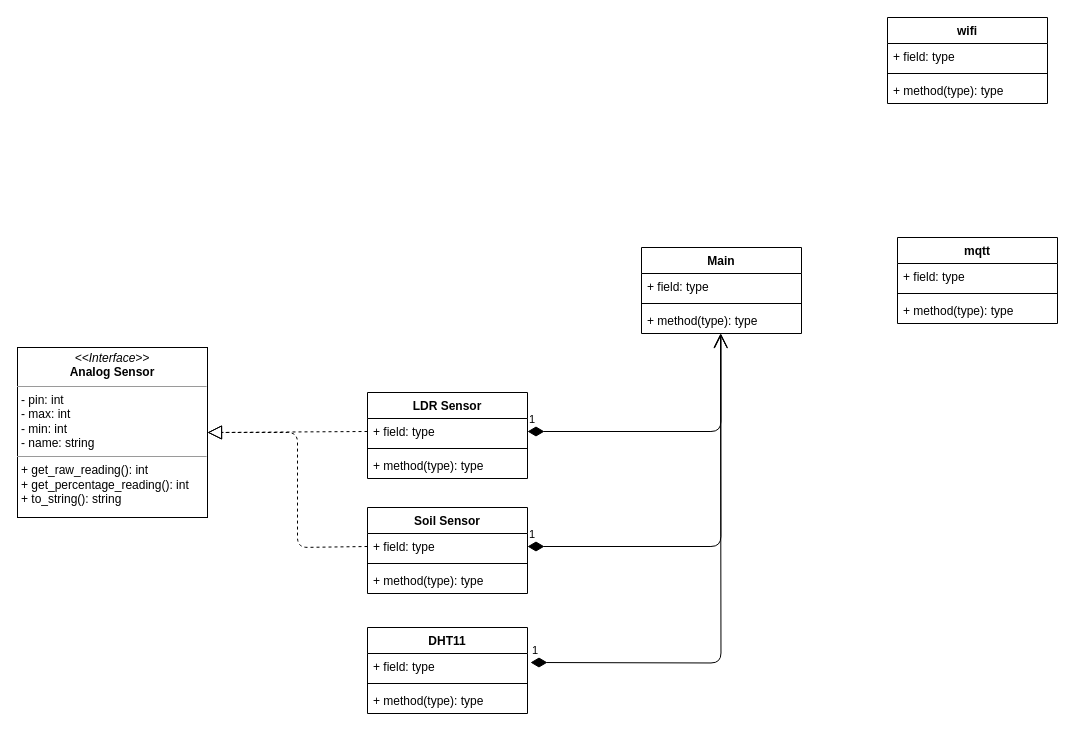
Earlier version of the draw.io diagram Assets/class_diagram.drawio (alrapal/Greeny). Source tidied: cells renumbered, new cells numbered last; positions are measured from the earlier drawing's top-left corner, leaving out a move shared by most shapes. Both pictures are drawn from the tidied source at 100%, with x=0, y=0 at pixel (17, 17).
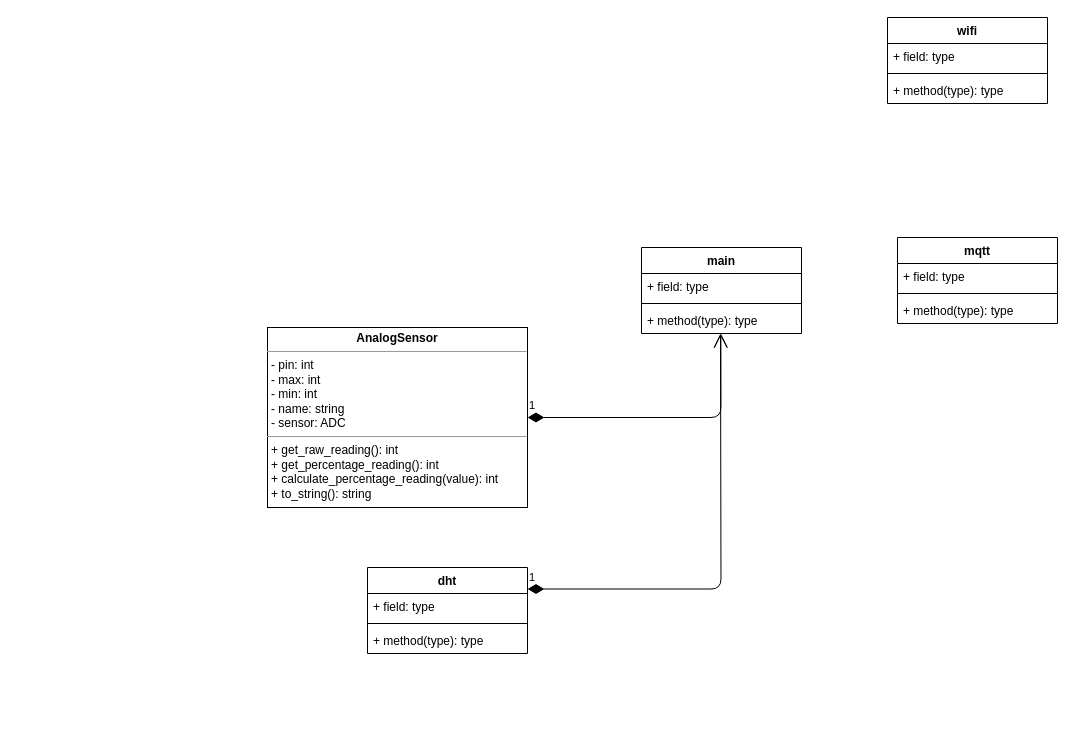
Above is the later version.

Commit message:
Updated class diagram with new AnalogSensor class

Unchanged cells that the change refers to:
```xml
<mxCell id="5" value="+ method(type): type" style="text;strokeColor=none;fillColor=none;align=left;verticalAlign=top;spacingLeft=4;spacingRight=4;overflow=hidden;points=[[0,0.5],[1,0.5]];portConstraint=eastwest;" parent="2" vertex="1">
  <mxGeometry y="60" width="160" height="26" as="geometry" />
</mxCell>
```

Change to the diagram source:
```diff
@@
-    <mxCell id="2" value="Main" style="swimlane;fontStyle=1;align=center;verticalAlign=top;horizontal=1;startSize=26;" parent="1" vertex="1">
+    <mxCell id="2" value="main" style="swimlane;fontStyle=1;align=center;verticalAlign=top;horizontal=1;startSize=26;" parent="1" vertex="1">
       <mxGeometry x="624" y="230" width="160" height="86" as="geometry" />
     </mxCell>
@@
-    <mxCell id="6" value="LDR Sensor" style="swimlane;fontStyle=1;align=center;verticalAlign=top;horizontal=1;startSize=26;" parent="1" vertex="1">
-      <mxGeometry x="350" y="375" width="160" height="86" as="geometry" />
-    </mxCell>
-    <mxCell id="7" value="+ field: type" style="text;strokeColor=none;fillColor=none;align=left;verticalAlign=top;spacingLeft=4;spacingRight=4;overflow=hidden;points=[[0,0.5],[1,0.5]];portConstraint=eastwest;" parent="6" vertex="1">
-      <mxGeometry y="26" width="160" height="26" as="geometry" />
-    </mxCell>
-    <mxCell id="8" style="line;strokeWidth=1;fillColor=none;align=left;verticalAlign=middle;spacingTop=-1;spacingLeft=3;spacingRight=3;labelPosition=right;strokeColor=inherit;" parent="6" vertex="1">
-      <mxGeometry y="52" width="160" height="8" as="geometry" />
-    </mxCell>
-    <mxCell id="9" value="+ method(type): type" style="text;strokeColor=none;fillColor=none;align=left;verticalAlign=top;spacingLeft=4;spacingRight=4;overflow=hidden;" parent="6" vertex="1">
-      <mxGeometry y="60" width="160" height="26" as="geometry" />
-    </mxCell>
@@
-    <mxCell id="18" value="1" style="endArrow=open;html=1;endSize=12;startArrow=diamondThin;startSize=14;startFill=1;edgeStyle=orthogonalEdgeStyle;align=left;verticalAlign=bottom;exitX=1;exitY=0.5;exitDx=0;exitDy=0;entryX=0.496;entryY=1;entryDx=0;entryDy=0;entryPerimeter=0;" parent="1" edge="1" source="7" target="5">
+    <mxCell id="18" value="1" style="endArrow=open;html=1;endSize=12;startArrow=diamondThin;startSize=14;startFill=1;edgeStyle=orthogonalEdgeStyle;align=left;verticalAlign=bottom;exitX=1;exitY=0.5;exitDx=0;exitDy=0;entryX=0.496;entryY=1;entryDx=0;entryDy=0;entryPerimeter=0;" parent="1" edge="1" source="19" target="5">
       <mxGeometry x="-1" y="3" relative="1" as="geometry" />
     </mxCell>
-    <mxCell id="19" value="&lt;p style=&quot;margin:0px;margin-top:4px;text-align:center;&quot;&gt;&lt;i&gt;&amp;lt;&amp;lt;Interface&amp;gt;&amp;gt;&lt;/i&gt;&lt;br&gt;&lt;b&gt;Analog Sensor&lt;/b&gt;&lt;/p&gt;&lt;hr size=&quot;1&quot;&gt;&lt;p style=&quot;margin:0px;margin-left:4px;&quot;&gt;- pin: int&lt;br&gt;- max: int&lt;/p&gt;&lt;p style=&quot;margin:0px;margin-left:4px;&quot;&gt;- min: int&lt;/p&gt;&lt;p style=&quot;margin:0px;margin-left:4px;&quot;&gt;- name: string&lt;/p&gt;&lt;hr size=&quot;1&quot;&gt;&lt;p style=&quot;margin:0px;margin-left:4px;&quot;&gt;+ get_raw_reading(): int&lt;br&gt;+ get_percentage_reading(): int&lt;/p&gt;&lt;p style=&quot;margin:0px;margin-left:4px;&quot;&gt;+ to_string(): string&lt;/p&gt;&lt;p style=&quot;margin:0px;margin-left:4px;&quot;&gt;&amp;nbsp;&lt;/p&gt;" style="verticalAlign=top;align=left;overflow=fill;fontSize=12;fontFamily=Helvetica;html=1;" parent="1" vertex="1">
-      <mxGeometry y="330" width="190" height="170" as="geometry" />
+    <mxCell id="19" value="&lt;p style=&quot;margin:0px;margin-top:4px;text-align:center;&quot;&gt;&lt;b&gt;AnalogSensor&lt;/b&gt;&lt;/p&gt;&lt;hr size=&quot;1&quot;&gt;&lt;p style=&quot;margin:0px;margin-left:4px;&quot;&gt;- pin: int&lt;br&gt;- max: int&lt;/p&gt;&lt;p style=&quot;margin:0px;margin-left:4px;&quot;&gt;- min: int&lt;/p&gt;&lt;p style=&quot;margin:0px;margin-left:4px;&quot;&gt;- name: string&lt;/p&gt;&lt;p style=&quot;margin:0px;margin-left:4px;&quot;&gt;- sensor: ADC&lt;/p&gt;&lt;hr size=&quot;1&quot;&gt;&lt;p style=&quot;margin:0px;margin-left:4px;&quot;&gt;+ get_raw_reading(): int&lt;br&gt;+ get_percentage_reading(): int&lt;/p&gt;&lt;p style=&quot;margin:0px;margin-left:4px;&quot;&gt;+ calculate_percentage_reading(value): int&lt;/p&gt;&lt;p style=&quot;margin:0px;margin-left:4px;&quot;&gt;+ to_string(): string&lt;/p&gt;&lt;p style=&quot;margin:0px;margin-left:4px;&quot;&gt;&amp;nbsp;&lt;/p&gt;" style="verticalAlign=top;align=left;overflow=fill;fontSize=12;fontFamily=Helvetica;html=1;" parent="1" vertex="1">
+      <mxGeometry x="250" y="310" width="260" height="180" as="geometry" />
     </mxCell>
-    <mxCell id="20" style="endArrow=block;dashed=1;endFill=0;endSize=12;html=1;entryX=1;entryY=0.5;entryDx=0;entryDy=0;exitX=0;exitY=0.5;exitDx=0;exitDy=0;" parent="1" edge="1" source="7" target="19">
-      <mxGeometry relative="1" as="geometry" />
-    </mxCell>
-    <mxCell id="21" value="Soil Sensor" style="swimlane;fontStyle=1;align=center;verticalAlign=top;horizontal=1;startSize=26;" parent="1" vertex="1">
-      <mxGeometry x="350" y="490" width="160" height="86" as="geometry" />
-    </mxCell>
-    <mxCell id="22" value="+ field: type" style="text;strokeColor=none;fillColor=none;align=left;verticalAlign=top;spacingLeft=4;spacingRight=4;overflow=hidden;points=[[0,0.5],[1,0.5]];portConstraint=eastwest;" parent="21" vertex="1">
-      <mxGeometry y="26" width="160" height="26" as="geometry" />
-    </mxCell>
-    <mxCell id="23" style="line;strokeWidth=1;fillColor=none;align=left;verticalAlign=middle;spacingTop=-1;spacingLeft=3;spacingRight=3;labelPosition=right;strokeColor=inherit;" parent="21" vertex="1">
-      <mxGeometry y="52" width="160" height="8" as="geometry" />
-    </mxCell>
-    <mxCell id="24" value="+ method(type): type" style="text;strokeColor=none;fillColor=none;align=left;verticalAlign=top;spacingLeft=4;spacingRight=4;overflow=hidden;" parent="21" vertex="1">
-      <mxGeometry y="60" width="160" height="26" as="geometry" />
-    </mxCell>
-    <mxCell id="25" value="DHT11" style="swimlane;fontStyle=1;align=center;verticalAlign=top;horizontal=1;startSize=26;" parent="1" vertex="1">
-      <mxGeometry x="350" y="610" width="160" height="86" as="geometry" />
+    <mxCell id="25" value="dht" style="swimlane;fontStyle=1;align=center;verticalAlign=top;horizontal=1;startSize=26;" parent="1" vertex="1">
+      <mxGeometry x="350" y="550" width="160" height="86" as="geometry" />
     </mxCell>
@@
-    <mxCell id="29" value="1" style="endArrow=open;html=1;endSize=12;startArrow=diamondThin;startSize=14;startFill=1;edgeStyle=orthogonalEdgeStyle;align=left;verticalAlign=bottom;exitX=1;exitY=0.5;exitDx=0;exitDy=0;entryX=0.496;entryY=1.021;entryDx=0;entryDy=0;entryPerimeter=0;" parent="1" edge="1" source="22" target="5">
-      <mxGeometry x="-1" y="3" relative="1" as="geometry" />
-    </mxCell>
-    <mxCell id="30" value="1" style="endArrow=open;html=1;endSize=12;startArrow=diamondThin;startSize=14;startFill=1;edgeStyle=orthogonalEdgeStyle;align=left;verticalAlign=bottom;exitX=1;exitY=0.5;exitDx=0;exitDy=0;" parent="1" edge="1">
+    <mxCell id="30" value="1" style="endArrow=open;html=1;endSize=12;startArrow=diamondThin;startSize=14;startFill=1;edgeStyle=orthogonalEdgeStyle;align=left;verticalAlign=bottom;exitX=1;exitY=0.25;exitDx=0;exitDy=0;" parent="1" edge="1" source="25">
       <mxGeometry x="-1" y="3" relative="1" as="geometry">
-        <mxPoint x="513" y="645" as="sourcePoint" />
         <mxPoint x="703" y="316" as="targetPoint" />
       </mxGeometry>
     </mxCell>
-    <mxCell id="31" style="endArrow=block;dashed=1;endFill=0;endSize=12;html=1;entryX=1;entryY=0.5;entryDx=0;entryDy=0;exitX=0;exitY=0.5;exitDx=0;exitDy=0;" parent="1" edge="1" source="22" target="19">
-      <mxGeometry relative="1" as="geometry">
-        <Array as="points">
-          <mxPoint x="280" y="530" />
-          <mxPoint x="280" y="415" />
-        </Array>
-      </mxGeometry>
-    </mxCell>
```
